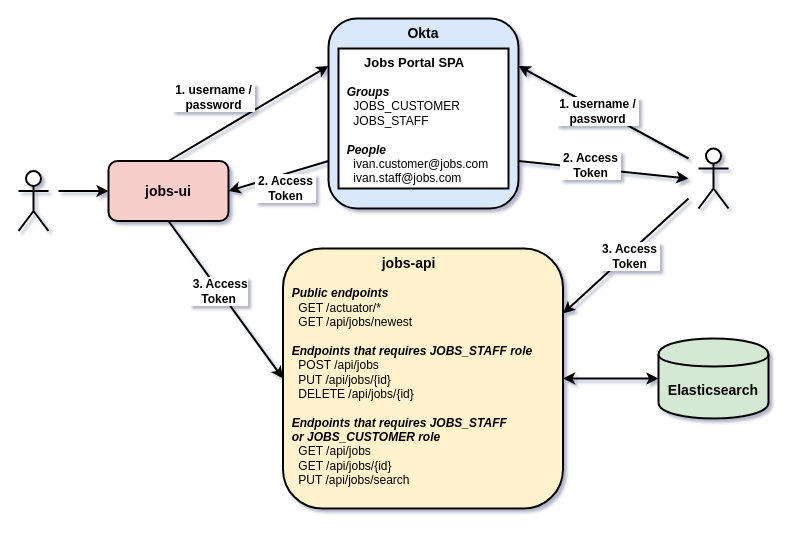
Above: images/project-diagram.drawio in ivangfr/okta-springboot-react (draw.io), before the change. Source tidied: cells renumbered, new cells numbered last; positions are measured from the earlier drawing's top-left corner, leaving out a move shared by most shapes. Both pictures are drawn from the tidied source at 100%, with x=0, y=0 at pixel (18, 18).
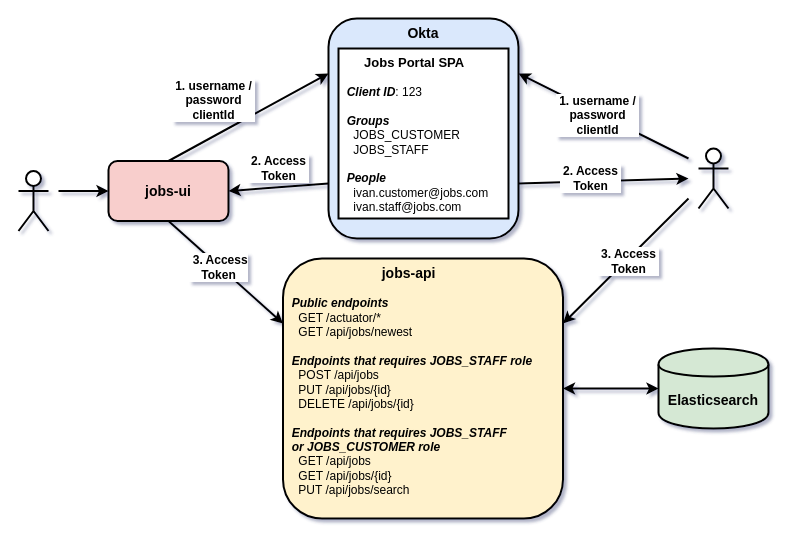
Above is the later version.

The change refers to these unchanged cells:
```xml
<mxCell id="4" value="&lt;b&gt;&lt;font style=&quot;font-size: 14px&quot;&gt;jobs-ui&lt;/font&gt;&lt;/b&gt;" style="rounded=1;whiteSpace=wrap;html=1;strokeWidth=2;fillColor=#f8cecc;strokeColor=#000000;" parent="1" vertex="1">
  <mxGeometry x="90" y="142.5" width="120" height="60" as="geometry" />
</mxCell>
<mxCell id="9" style="endArrow=classic;html=1;strokeWidth=2;exitX=0.5;exitY=0;exitDx=0;exitDy=0;entryX=0;entryY=0.25;entryDx=0;entryDy=0;" parent="1" edge="1" source="4" target="2">
  <mxGeometry relative="1" as="geometry" />
</mxCell>
<mxCell id="15" style="endArrow=classic;html=1;strokeWidth=2;entryX=1;entryY=0.25;entryDx=0;entryDy=0;" parent="1" edge="1" target="2">
  <mxGeometry relative="1" as="geometry">
    <mxPoint x="670" y="140" as="sourcePoint" />
  </mxGeometry>
</mxCell>
```

Change to the diagram source:
```diff
@@
     <mxCell id="2" value="&lt;b style=&quot;font-size: 14px&quot;&gt;Okta&lt;br&gt;&lt;br&gt;&lt;br&gt;&lt;/b&gt;" style="rounded=1;whiteSpace=wrap;html=1;strokeWidth=2;horizontal=1;verticalAlign=top;fillColor=#dae8fc;strokeColor=#000000;" parent="1" vertex="1">
-      <mxGeometry x="310" width="190" height="190" as="geometry" />
+      <mxGeometry x="310" width="190" height="220" as="geometry" />
     </mxCell>
     <mxCell id="3" value="&lt;div style=&quot;text-align: center&quot;&gt;&lt;span style=&quot;font-size: 14px ; font-weight: bold&quot;&gt;jobs-api&lt;/span&gt;&lt;/div&gt;&lt;br&gt;&lt;b&gt;&lt;i&gt;&amp;nbsp; Public endpoints&lt;/i&gt;&lt;/b&gt;&lt;br&gt;&amp;nbsp; &amp;nbsp; GET /actuator/*&lt;br&gt;&amp;nbsp; &amp;nbsp; GET /api/jobs/newest&lt;br&gt;&lt;br&gt;&lt;b&gt;&lt;i&gt;&amp;nbsp; Endpoints that requires JOBS_STAFF role&lt;/i&gt;&lt;/b&gt;&lt;br&gt;&amp;nbsp; &amp;nbsp; POST /api/jobs&lt;br&gt;&amp;nbsp; &amp;nbsp; PUT /api/jobs/{id}&lt;br&gt;&amp;nbsp; &amp;nbsp; DELETE /api/jobs/{id}&lt;br&gt;&lt;br&gt;&lt;b&gt;&lt;i&gt;&amp;nbsp; Endpoints that requires JOBS_STAFF&lt;br&gt;&amp;nbsp; or JOBS_CUSTOMER role&lt;br&gt;&lt;/i&gt;&lt;/b&gt;&amp;nbsp; &amp;nbsp; GET /api/jobs&lt;br&gt;&amp;nbsp; &amp;nbsp; GET /api/jobs/{id}&lt;br&gt;&amp;nbsp; &amp;nbsp; PUT /api/jobs/search&lt;br&gt;" style="rounded=1;whiteSpace=wrap;html=1;strokeWidth=2;verticalAlign=top;align=left;fillColor=#fff2cc;strokeColor=#000000;" parent="1" vertex="1">
-      <mxGeometry x="264.5" y="230" width="280" height="260" as="geometry" />
+      <mxGeometry x="264.5" y="240" width="280" height="260" as="geometry" />
     </mxCell>
@@
     <mxCell id="5" value="&lt;b&gt;&lt;font style=&quot;font-size: 14px&quot;&gt;Elasticsearch&lt;/font&gt;&lt;/b&gt;" style="shape=cylinder;whiteSpace=wrap;html=1;boundedLbl=1;backgroundOutline=1;strokeWidth=2;fillColor=#d5e8d4;strokeColor=#000000;" parent="1" vertex="1">
-      <mxGeometry x="640" y="320" width="110" height="80" as="geometry" />
+      <mxGeometry x="640" y="330" width="110" height="80" as="geometry" />
     </mxCell>
@@
-    <mxCell id="10" value="&lt;b&gt;&amp;nbsp;1. username /&amp;nbsp;&lt;br&gt;password&lt;/b&gt;&lt;br&gt;" style="text;html=1;align=center;verticalAlign=middle;labelBackgroundColor=#ffffff;" parent="9" vertex="1">
+    <mxCell id="10" value="&lt;b&gt;&amp;nbsp;1. username /&amp;nbsp;&lt;br&gt;password&lt;br&gt;clientId&lt;/b&gt;&lt;br&gt;" style="text;html=1;align=center;verticalAlign=middle;labelBackgroundColor=#ffffff;" parent="9" vertex="1">
       <mxGeometry x="-0.13" y="-1" relative="1" as="geometry">
         <mxPoint x="-25.5" y="-24" as="offset" />
       </mxGeometry>
     </mxCell>
     <mxCell id="11" value="&lt;b style=&quot;font-size: 12px&quot;&gt;&amp;nbsp;2. Access&amp;nbsp;&lt;br&gt;Token&lt;/b&gt;" style="endArrow=classic;html=1;strokeWidth=2;exitX=0;exitY=0.75;exitDx=0;exitDy=0;entryX=1;entryY=0.5;entryDx=0;entryDy=0;" parent="1" edge="1" source="2" target="4">
-      <mxGeometry x="-0.07" y="14" relative="1" as="geometry" />
+      <mxGeometry x="-0.03" y="-19" relative="1" as="geometry" />
     </mxCell>
-    <mxCell id="12" style="endArrow=classic;html=1;strokeWidth=2;exitX=0.5;exitY=1;exitDx=0;exitDy=0;entryX=0;entryY=0.5;entryDx=0;entryDy=0;" parent="1" edge="1" source="4" target="3">
+    <mxCell id="12" style="endArrow=classic;html=1;strokeWidth=2;exitX=0.5;exitY=1;exitDx=0;exitDy=0;entryX=0;entryY=0.25;entryDx=0;entryDy=0;" parent="1" edge="1" source="4" target="3">
       <mxGeometry relative="1" as="geometry" />
     </mxCell>
@@
-    <mxCell id="16" value="&lt;b&gt;&amp;nbsp;1. username /&amp;nbsp;&lt;br&gt;password&lt;/b&gt;&lt;br&gt;" style="text;html=1;align=center;verticalAlign=middle;labelBackgroundColor=#ffffff;" parent="15" vertex="1">
+    <mxCell id="16" value="&lt;b&gt;&amp;nbsp;1. username /&amp;nbsp;&lt;br&gt;password&lt;br&gt;clientId&lt;/b&gt;&lt;br&gt;" style="text;html=1;align=center;verticalAlign=middle;labelBackgroundColor=#ffffff;" parent="15" vertex="1">
       <mxGeometry x="0.06" y="2" relative="1" as="geometry" />
     </mxCell>
@@
-    <mxCell id="21" value="&lt;div style=&quot;text-align: center&quot;&gt;&lt;span&gt;&lt;b&gt;&lt;font style=&quot;font-size: 13px&quot;&gt;Jobs Portal SPA&lt;/font&gt;&lt;/b&gt;&lt;/span&gt;&lt;/div&gt;&lt;br&gt;&lt;i&gt;&amp;nbsp; &lt;b&gt;Groups&lt;/b&gt;&lt;/i&gt;&lt;br&gt;&amp;nbsp; &amp;nbsp; JOBS_CUSTOMER&lt;br&gt;&amp;nbsp; &amp;nbsp; JOBS_STAFF&lt;br&gt;&lt;br&gt;&lt;i&gt;&amp;nbsp; &lt;b&gt;People&lt;/b&gt;&lt;/i&gt;&lt;br&gt;&amp;nbsp; &amp;nbsp; ivan.customer@jobs.com&lt;br&gt;&amp;nbsp; &amp;nbsp; ivan.staff@jobs.com&lt;br&gt;" style="rounded=0;whiteSpace=wrap;html=1;strokeWidth=2;verticalAlign=top;align=left;" parent="1" vertex="1">
-      <mxGeometry x="320" y="30" width="170" height="140" as="geometry" />
+    <mxCell id="21" value="&lt;div style=&quot;text-align: center&quot;&gt;&lt;span&gt;&lt;b&gt;&lt;font style=&quot;font-size: 13px&quot;&gt;Jobs Portal SPA&lt;/font&gt;&lt;/b&gt;&lt;/span&gt;&lt;/div&gt;&lt;div style=&quot;text-align: center&quot;&gt;&lt;br&gt;&lt;/div&gt;&amp;nbsp; &lt;b&gt;&lt;i&gt;Client ID&lt;/i&gt;&lt;/b&gt;: 123&lt;br&gt;&lt;br&gt;&lt;i&gt;&amp;nbsp; &lt;b&gt;Groups&lt;/b&gt;&lt;/i&gt;&lt;br&gt;&amp;nbsp; &amp;nbsp; JOBS_CUSTOMER&lt;br&gt;&amp;nbsp; &amp;nbsp; JOBS_STAFF&lt;br&gt;&lt;br&gt;&lt;i&gt;&amp;nbsp; &lt;b&gt;People&lt;/b&gt;&lt;/i&gt;&lt;br&gt;&amp;nbsp; &amp;nbsp; ivan.customer@jobs.com&lt;br&gt;&amp;nbsp; &amp;nbsp; ivan.staff@jobs.com&lt;br&gt;" style="rounded=0;whiteSpace=wrap;html=1;strokeWidth=2;verticalAlign=top;align=left;" parent="1" vertex="1">
+      <mxGeometry x="320" y="30" width="170" height="170" as="geometry" />
     </mxCell>
```
